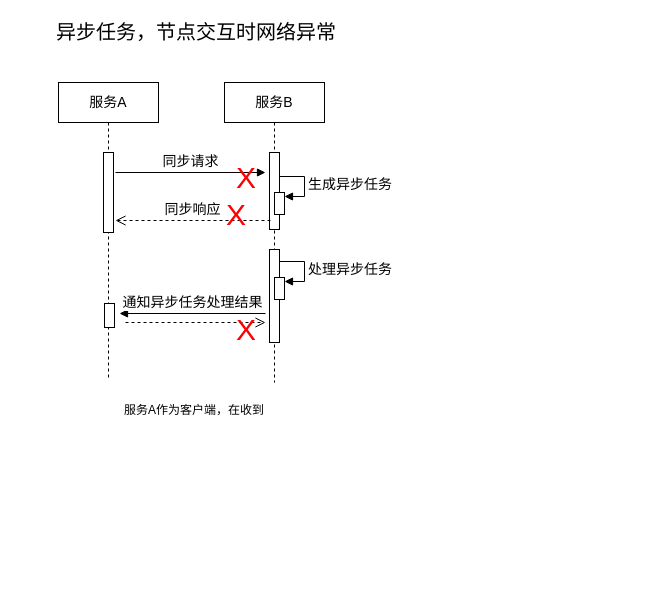
The draw.io diagram page "sequence-error-response-Common" (3 of 5) of BAS/BAS-Henan.drawio in waterwatermelon/graph, before the edit. Source tidied: cells renumbered, new cells numbered last; positions are measured from the earlier drawing's top-left corner, leaving out a move shared by most shapes. Both pictures are drawn from the tidied source at 100%, with x=0, y=0 at pixel (54, 17).
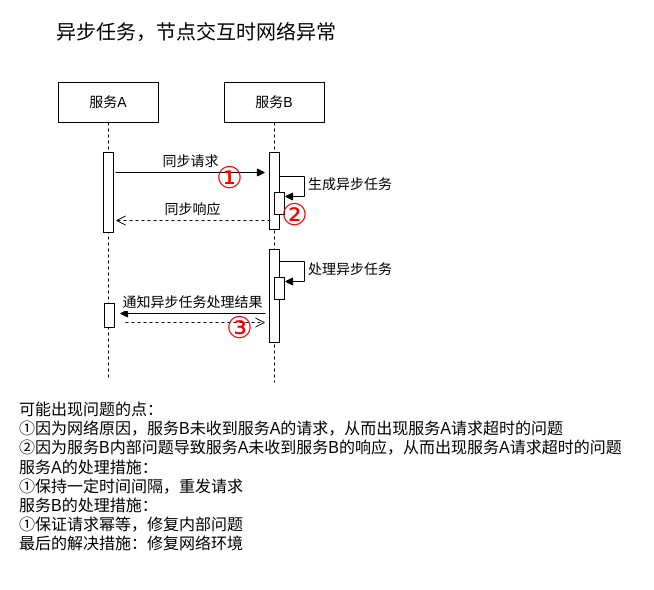
The same diagram, later.

Change to the diagram source:
```diff
@@
-    <mxCell id="14" value="&lt;font style=&quot;font-size: 30px&quot; color=&quot;#ff0000&quot;&gt;X&lt;/font&gt;" style="text;html=1;align=left;verticalAlign=top;spacingTop=-4;" parent="1" vertex="1">
-      <mxGeometry x="170" y="177" width="40" height="20" as="geometry" />
+    <mxCell id="14" value="&lt;font color=&quot;#ff0000&quot;&gt;&lt;span style=&quot;font-size: 30px&quot;&gt;②&lt;br&gt;&lt;/span&gt;&lt;/font&gt;" style="text;html=1;align=left;verticalAlign=top;spacingTop=-4;" parent="1" vertex="1">
+      <mxGeometry x="225" y="177" width="40" height="20" as="geometry" />
     </mxCell>
-    <mxCell id="15" value="&lt;font style=&quot;font-size: 30px&quot; color=&quot;#ff0000&quot;&gt;X&lt;/font&gt;" style="text;html=1;align=left;verticalAlign=top;spacingTop=-4;" parent="1" vertex="1">
-      <mxGeometry x="180" y="292" width="40" height="20" as="geometry" />
+    <mxCell id="15" value="&lt;font style=&quot;font-size: 30px&quot; color=&quot;#ff0000&quot;&gt;③&lt;br&gt;&lt;/font&gt;" style="text;html=1;align=left;verticalAlign=top;spacingTop=-4;" parent="1" vertex="1">
+      <mxGeometry x="170" y="290" width="40" height="20" as="geometry" />
     </mxCell>
@@
-    <mxCell id="19" value="服务A作为客户端，在收到" style="text;html=1;align=left;verticalAlign=top;spacingTop=-4;" parent="1" vertex="1">
-      <mxGeometry x="68" y="383" width="160" height="20" as="geometry" />
-    </mxCell>
-    <mxCell id="20" value="&lt;font style=&quot;font-size: 30px&quot; color=&quot;#ff0000&quot;&gt;X&lt;/font&gt;" style="text;html=1;align=left;verticalAlign=top;spacingTop=-4;" parent="1" vertex="1">
-      <mxGeometry x="180" y="140" width="40" height="20" as="geometry" />
+    <mxCell id="20" value="&lt;font style=&quot;font-size: 30px&quot; color=&quot;#ff0000&quot;&gt;①&lt;/font&gt;" style="text;html=1;align=left;verticalAlign=top;spacingTop=-4;" parent="1" vertex="1">
+      <mxGeometry x="160" y="140" width="40" height="20" as="geometry" />
     </mxCell>
+    <mxCell id="21" value="&lt;span style=&quot;font-size: 16px&quot;&gt;可能出现问题的点：&lt;br&gt;①因为网络原因，服务B未收到服务A的请求，从而出现服务A请求超时的问题&lt;br&gt;②因为服务B内部问题导致服务A未收到服务B的响应，&lt;/span&gt;&lt;span style=&quot;font-size: 16px&quot;&gt;从而出现服务A请求超时的问题&lt;br&gt;&lt;/span&gt;&lt;span style=&quot;font-size: 16px&quot;&gt;服务A的处理措施：&lt;br&gt;①保持一定时间间隔，重发请求&lt;br&gt;服务B的处理措施：&lt;br&gt;①保证请求幂等，修复内部问题&lt;br&gt;最后的解决措施：修复网络环境&lt;br&gt;&lt;br&gt;&lt;/span&gt;" style="text;html=1;align=left;verticalAlign=top;spacingTop=-4;" parent="1" vertex="1">
+      <mxGeometry x="-37" y="380" width="620" height="140" as="geometry" />
+    </mxCell>
```
